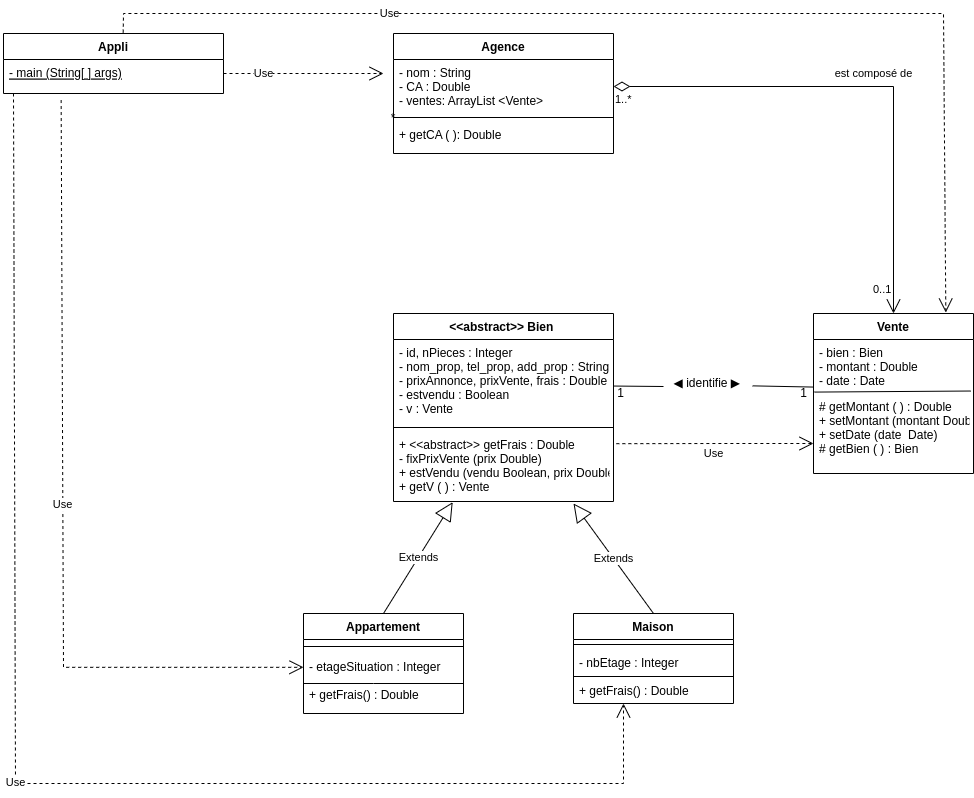
Jo666/UML-heritageExo2 keeps this draw.io diagram as agenceImmo-Page-1.drawio.png. Above is the earlier version. Source tidied: cells renumbered, new cells last; positions are measured from the earlier drawing's top-left corner, leaving out a move shared by most shapes.
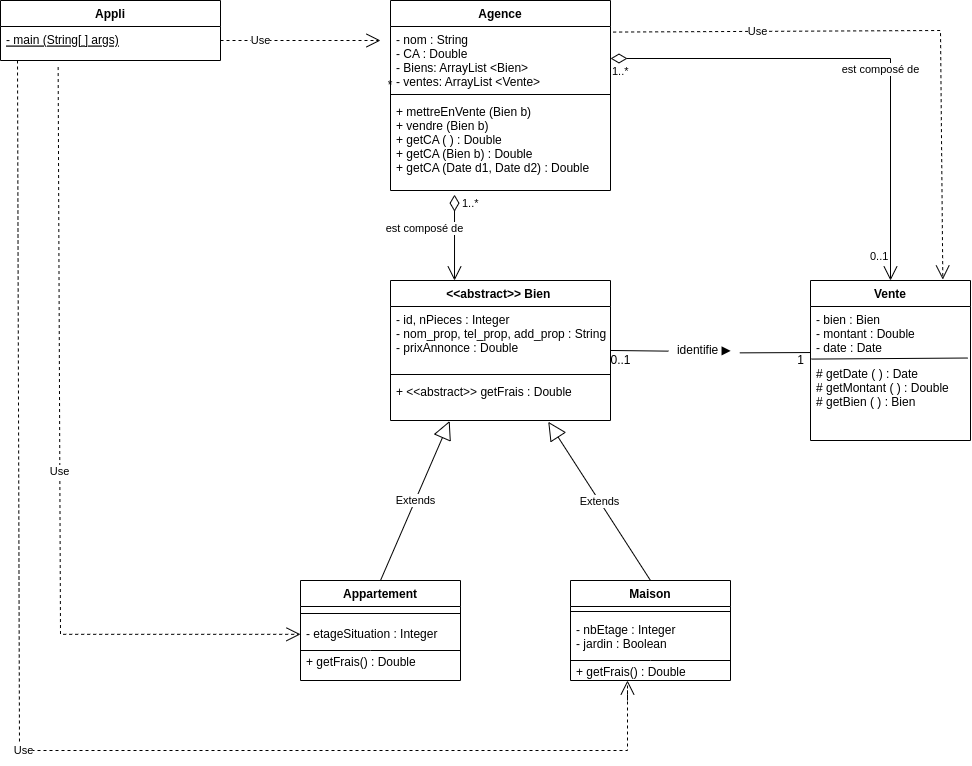
After the change.

Diff of the diagram source:
```diff
@@ -3,16 +3,16 @@
     <mxCell id="0" />
     <mxCell id="1" parent="0" />
     <mxCell id="2" value="&lt;&lt;abstract&gt;&gt; Bien " style="swimlane;fontStyle=1;align=center;verticalAlign=top;horizontal=1;startSize=26;" parent="1" vertex="1">
-      <mxGeometry x="390" y="300" width="220" height="188" as="geometry" />
+      <mxGeometry x="390" y="300" width="220" height="140" as="geometry" />
     </mxCell>
-    <mxCell id="3" value="- id, nPieces : Integer&#10;- nom_prop, tel_prop, add_prop : String&#10;- prixAnnonce, prixVente, frais : Double&#10;- estvendu : Boolean&#10;- v : Vente" style="text;strokeColor=none;fillColor=none;align=left;verticalAlign=top;spacingLeft=4;spacingRight=4;overflow=hidden;points=[[0,0.5],[1,0.5]];portConstraint=eastwest;" parent="2" vertex="1">
-      <mxGeometry y="26" width="220" height="84" as="geometry" />
+    <mxCell id="3" value="- id, nPieces : Integer&#10;- nom_prop, tel_prop, add_prop : String&#10;- prixAnnonce : Double" style="text;strokeColor=none;fillColor=none;align=left;verticalAlign=top;spacingLeft=4;spacingRight=4;overflow=hidden;points=[[0,0.5],[1,0.5]];portConstraint=eastwest;" parent="2" vertex="1">
+      <mxGeometry y="26" width="220" height="64" as="geometry" />
     </mxCell>
     <mxCell id="4" style="line;strokeWidth=1;fillColor=none;align=left;verticalAlign=middle;spacingTop=-1;spacingLeft=3;spacingRight=3;labelPosition=right;" parent="2" vertex="1">
-      <mxGeometry y="110" width="220" height="8" as="geometry" />
+      <mxGeometry y="90" width="220" height="8" as="geometry" />
     </mxCell>
-    <mxCell id="5" value="+ &lt;&lt;abstract&gt;&gt; getFrais : Double&#10;- fixPrixVente (prix Double)&#10;+ estVendu (vendu Boolean, prix Double)&#10;+ getV ( ) : Vente&#10;" style="text;strokeColor=none;fillColor=none;align=left;verticalAlign=top;spacingLeft=4;spacingRight=4;overflow=hidden;points=[[0,0.5],[1,0.5]];portConstraint=eastwest;" parent="2" vertex="1">
-      <mxGeometry y="118" width="220" height="70" as="geometry" />
+    <mxCell id="5" value="+ &lt;&lt;abstract&gt;&gt; getFrais : Double&#10;&#10;" style="text;strokeColor=none;fillColor=none;align=left;verticalAlign=top;spacingLeft=4;spacingRight=4;overflow=hidden;points=[[0,0.5],[1,0.5]];portConstraint=eastwest;" parent="2" vertex="1">
+      <mxGeometry y="98" width="220" height="42" as="geometry" />
     </mxCell>
     <mxCell id="6" value="Appartement" style="swimlane;fontStyle=1;align=center;verticalAlign=top;horizontal=1;startSize=26;" parent="1" vertex="1">
       <mxGeometry x="300" y="600" width="160" height="100" as="geometry" />
@@ -31,16 +31,22 @@
       </mxGeometry>
     </mxCell>
     <mxCell id="10" value="Maison" style="swimlane;fontStyle=1;align=center;verticalAlign=top;horizontal=1;startSize=26;" parent="1" vertex="1">
-      <mxGeometry x="570" y="600" width="160" height="90" as="geometry" />
+      <mxGeometry x="570" y="600" width="160" height="100" as="geometry" />
     </mxCell>
     <mxCell id="11" style="line;strokeWidth=1;fillColor=none;align=left;verticalAlign=middle;spacingTop=-1;spacingLeft=3;spacingRight=3;labelPosition=right;" parent="10" vertex="1">
       <mxGeometry y="26" width="160" height="10" as="geometry" />
     </mxCell>
-    <mxCell id="12" value="- nbEtage : Integer&#10;&#10;+ getFrais() : Double" style="text;strokeColor=none;fillColor=none;align=left;verticalAlign=top;spacingLeft=4;spacingRight=4;overflow=hidden;points=[[0,0.5],[1,0.5]];portConstraint=eastwest;" parent="10" vertex="1">
-      <mxGeometry y="36" width="160" height="54" as="geometry" />
+    <mxCell id="12" value="- nbEtage : Integer&#10;- jardin : Boolean&#10;&#10;+ getFrais() : Double" style="text;strokeColor=none;fillColor=none;align=left;verticalAlign=top;spacingLeft=4;spacingRight=4;overflow=hidden;points=[[0,0.5],[1,0.5]];portConstraint=eastwest;" parent="10" vertex="1">
+      <mxGeometry y="36" width="160" height="64" as="geometry" />
     </mxCell>
-    <mxCell id="13" style="endArrow=none;html=1;rounded=0;entryX=1;entryY=0.5;entryDx=0;entryDy=0;exitX=0;exitY=0.5;exitDx=0;exitDy=0;" parent="10" edge="1" source="12" target="12">
-      <mxGeometry relative="1" as="geometry" />
+    <mxCell id="13" style="endArrow=none;html=1;rounded=0;" parent="10" edge="1">
+      <mxGeometry relative="1" as="geometry">
+        <mxPoint y="80" as="sourcePoint" />
+        <mxPoint x="160" y="80" as="targetPoint" />
+        <Array as="points">
+          <mxPoint x="80" y="80" />
+        </Array>
+      </mxGeometry>
     </mxCell>
     <mxCell id="14" value="*" style="text;html=1;strokeColor=none;fillColor=none;align=center;verticalAlign=middle;whiteSpace=wrap;rounded=0;" parent="1" vertex="1">
       <mxGeometry x="360" y="90" width="60" height="30" as="geometry" />
@@ -51,40 +57,38 @@
     <mxCell id="16" value="- bien : Bien&#10;- montant : Double&#10;- date : Date" style="text;strokeColor=none;fillColor=none;align=left;verticalAlign=top;spacingLeft=4;spacingRight=4;overflow=hidden;points=[[0,0.5],[1,0.5]];portConstraint=eastwest;" parent="15" vertex="1">
       <mxGeometry y="26" width="160" height="54" as="geometry" />
     </mxCell>
-    <mxCell id="17" value="# getMontant ( ) : Double&#10;+ setMontant (montant Double)&#10;+ setDate (date  Date)&#10;# getBien ( ) : Bien" style="text;strokeColor=none;fillColor=none;align=left;verticalAlign=top;spacingLeft=4;spacingRight=4;overflow=hidden;points=[[0,0.5],[1,0.5]];portConstraint=eastwest;" parent="15" vertex="1">
+    <mxCell id="17" value="# getDate ( ) : Date&#10;# getMontant ( ) : Double&#10;# getBien ( ) : Bien" style="text;strokeColor=none;fillColor=none;align=left;verticalAlign=top;spacingLeft=4;spacingRight=4;overflow=hidden;points=[[0,0.5],[1,0.5]];portConstraint=eastwest;" parent="15" vertex="1">
       <mxGeometry y="80" width="160" height="80" as="geometry" />
     </mxCell>
     <mxCell id="18" value="1" style="text;html=1;align=center;verticalAlign=middle;points=[];strokeColor=none;fillColor=none;" parent="1" vertex="1">
       <mxGeometry x="790" y="370" width="20" height="20" as="geometry" />
     </mxCell>
-    <mxCell id="19" value="1" style="text;html=1;align=center;verticalAlign=middle;strokeColor=none;fillColor=none;" parent="1" vertex="1">
-      <mxGeometry x="607" y="370" width="20" height="20" as="geometry" />
+    <mxCell id="19" value="0..1" style="text;html=1;align=center;verticalAlign=middle;strokeColor=none;fillColor=none;" parent="1" vertex="1">
+      <mxGeometry x="600" y="370" width="40" height="20" as="geometry" />
     </mxCell>
-    <mxCell id="20" style="endArrow=none;html=1;rounded=0;entryX=0;entryY=0.881;entryDx=0;entryDy=0;entryPerimeter=0;startArrow=none;exitX=0.99;exitY=0.618;exitDx=0;exitDy=0;exitPerimeter=0;" parent="1" edge="1" source="25" target="16">
+    <mxCell id="20" style="endArrow=none;html=1;rounded=0;startArrow=none;exitX=0.99;exitY=0.618;exitDx=0;exitDy=0;exitPerimeter=0;entryX=0.977;entryY=0.102;entryDx=0;entryDy=0;entryPerimeter=0;" parent="1" edge="1" source="25" target="18">
       <mxGeometry relative="1" as="geometry" />
     </mxCell>
     <mxCell id="21" value="Agence" style="swimlane;fontStyle=1;align=center;verticalAlign=top;horizontal=1;startSize=26;" parent="1" vertex="1">
-      <mxGeometry x="390" y="20" width="220" height="120" as="geometry" />
+      <mxGeometry x="390" y="20" width="220" height="190" as="geometry" />
     </mxCell>
-    <mxCell id="22" value="- nom : String&#10;- CA : Double&#10;- ventes: ArrayList &lt;Vente&gt;" style="text;strokeColor=none;fillColor=none;align=left;verticalAlign=top;spacingLeft=4;spacingRight=4;overflow=hidden;points=[[0,0.5],[1,0.5]];portConstraint=eastwest;" parent="21" vertex="1">
-      <mxGeometry y="26" width="220" height="54" as="geometry" />
+    <mxCell id="22" value="- nom : String&#10;- CA : Double&#10;- Biens: ArrayList &lt;Bien&gt;&#10;- ventes: ArrayList &lt;Vente&gt;" style="text;strokeColor=none;fillColor=none;align=left;verticalAlign=top;spacingLeft=4;spacingRight=4;overflow=hidden;points=[[0,0.5],[1,0.5]];portConstraint=eastwest;" parent="21" vertex="1">
+      <mxGeometry y="26" width="220" height="64" as="geometry" />
     </mxCell>
     <mxCell id="23" style="line;strokeWidth=1;fillColor=none;align=left;verticalAlign=middle;spacingTop=-1;spacingLeft=3;spacingRight=3;labelPosition=right;" parent="21" vertex="1">
-      <mxGeometry y="80" width="220" height="8" as="geometry" />
+      <mxGeometry y="90" width="220" height="8" as="geometry" />
     </mxCell>
-    <mxCell id="24" value="+ getCA ( ): Double&#10;" style="text;strokeColor=none;fillColor=none;align=left;verticalAlign=top;spacingLeft=4;spacingRight=4;overflow=hidden;points=[[0,0.5],[1,0.5]];portConstraint=eastwest;" parent="21" vertex="1">
-      <mxGeometry y="88" width="220" height="32" as="geometry" />
+    <mxCell id="24" value="+ mettreEnVente (Bien b)&#10;+ vendre (Bien b)&#10;+ getCA ( ) : Double&#10;+ getCA (Bien b) : Double&#10;+ getCA (Date d1, Date d2) : Double&#10;&#10;&#10;&#10;&#10;" style="text;strokeColor=none;fillColor=none;align=left;verticalAlign=top;spacingLeft=4;spacingRight=4;overflow=hidden;points=[[0,0.5],[1,0.5]];portConstraint=eastwest;" parent="21" vertex="1">
+      <mxGeometry y="98" width="220" height="92" as="geometry" />
     </mxCell>
-    <mxCell id="25" value="◀ identifie ▶&amp;nbsp;" style="text;html=1;align=center;verticalAlign=middle;points=[];strokeColor=none;fillColor=none;" parent="1" vertex="1">
-      <mxGeometry x="660" y="360" width="90" height="20" as="geometry" />
+    <mxCell id="25" value="identifie ▶&amp;nbsp;" style="text;html=1;align=center;verticalAlign=middle;points=[];strokeColor=none;fillColor=none;" parent="1" vertex="1">
+      <mxGeometry x="670" y="360" width="70" height="20" as="geometry" />
     </mxCell>
-    <mxCell id="26" style="endArrow=none;html=1;rounded=0;exitX=1.001;exitY=0.554;exitDx=0;exitDy=0;exitPerimeter=0;" parent="1" edge="1" source="3">
-      <mxGeometry relative="1" as="geometry">
-        <mxPoint x="660" y="373" as="targetPoint" />
-      </mxGeometry>
+    <mxCell id="26" style="endArrow=none;html=1;rounded=0;exitX=1;exitY=0.687;exitDx=0;exitDy=0;exitPerimeter=0;entryX=-0.029;entryY=0.532;entryDx=0;entryDy=0;entryPerimeter=0;" parent="1" edge="1" source="3" target="25">
+      <mxGeometry relative="1" as="geometry" />
     </mxCell>
     <mxCell id="27" value="est composé de" style="endArrow=open;html=1;endSize=12;startArrow=diamondThin;startSize=14;startFill=0;edgeStyle=orthogonalEdgeStyle;rounded=0;entryX=0.5;entryY=0;entryDx=0;entryDy=0;" parent="1" edge="1" source="22" target="15">
-      <mxGeometry x="0.03" y="13" relative="1" as="geometry" />
+      <mxGeometry x="0.16" y="-10" relative="1" as="geometry" />
     </mxCell>
     <mxCell id="28" value="1..*" style="edgeLabel;html=1;align=left;verticalAlign=top;" parent="27" vertex="1">
       <mxGeometry x="-1" relative="1" as="geometry" />
@@ -97,10 +101,8 @@
     <mxCell id="30" value="Extends" style="endArrow=block;endSize=16;endFill=0;html=1;rounded=0;exitX=0.5;exitY=0;exitDx=0;exitDy=0;entryX=0.269;entryY=1.01;entryDx=0;entryDy=0;entryPerimeter=0;" parent="1" edge="1" source="6" target="5">
       <mxGeometry relative="1" as="geometry" />
     </mxCell>
-    <mxCell id="31" value="Extends" style="endArrow=block;endSize=16;endFill=0;html=1;rounded=0;exitX=0.5;exitY=0;exitDx=0;exitDy=0;" parent="1" edge="1" source="10">
-      <mxGeometry relative="1" as="geometry">
-        <mxPoint x="570" y="490" as="targetPoint" />
-      </mxGeometry>
+    <mxCell id="31" value="Extends" style="endArrow=block;endSize=16;endFill=0;html=1;rounded=0;exitX=0.5;exitY=0;exitDx=0;exitDy=0;entryX=0.717;entryY=1.03;entryDx=0;entryDy=0;entryPerimeter=0;" parent="1" edge="1" source="10" target="5">
+      <mxGeometry relative="1" as="geometry" />
     </mxCell>
     <mxCell id="32" style="endArrow=none;html=1;rounded=0;entryX=0.983;entryY=-0.031;entryDx=0;entryDy=0;entryPerimeter=0;exitX=1.042;exitY=0.429;exitDx=0;exitDy=0;exitPerimeter=0;" parent="1" edge="1" source="18" target="17">
       <mxGeometry relative="1" as="geometry" />
@@ -127,31 +129,35 @@
     </mxCell>
     <mxCell id="37" value="Use" style="endArrow=open;endSize=12;dashed=1;html=1;rounded=0;exitX=0.262;exitY=1.192;exitDx=0;exitDy=0;exitPerimeter=0;" parent="1" edge="1">
       <mxGeometry relative="1" as="geometry">
-        <mxPoint x="10" y="80" as="sourcePoint" />
-        <mxPoint x="620" y="690" as="targetPoint" />
+        <mxPoint x="17" y="80" as="sourcePoint" />
+        <mxPoint x="627" y="700" as="targetPoint" />
         <Array as="points">
-          <mxPoint x="12" y="770" />
-          <mxPoint x="620" y="770" />
-          <mxPoint x="620" y="690" />
+          <mxPoint x="19" y="770" />
+          <mxPoint x="627" y="770" />
+          <mxPoint x="627" y="710" />
+          <mxPoint x="627" y="720" />
         </Array>
       </mxGeometry>
     </mxCell>
-    <mxCell id="38" value="Use" style="endArrow=open;endSize=12;dashed=1;html=1;rounded=0;exitX=0.544;exitY=-0.015;exitDx=0;exitDy=0;exitPerimeter=0;entryX=0.827;entryY=-0.006;entryDx=0;entryDy=0;entryPerimeter=0;" parent="1" edge="1" source="33" target="15">
+    <mxCell id="38" value="Use" style="endArrow=open;endSize=12;dashed=1;html=1;rounded=0;exitX=1.012;exitY=0.087;exitDx=0;exitDy=0;exitPerimeter=0;entryX=0.827;entryY=-0.006;entryDx=0;entryDy=0;entryPerimeter=0;" parent="1" edge="1" source="22" target="15">
       <mxGeometry x="-0.5" relative="1" as="geometry">
         <Array as="points">
-          <mxPoint x="120" />
-          <mxPoint x="340" />
-          <mxPoint x="940" />
+          <mxPoint x="940" y="50" />
         </Array>
       </mxGeometry>
     </mxCell>
-    <mxCell id="39" value="Use" style="endArrow=open;endSize=12;dashed=1;html=1;rounded=0;exitX=1.013;exitY=0.174;exitDx=0;exitDy=0;exitPerimeter=0;" parent="1" edge="1" source="5">
-      <mxGeometry x="-0.01" y="-10" relative="1" as="geometry">
-        <mxPoint x="810" y="430" as="targetPoint" />
-        <Array as="points">
-          <mxPoint x="720" y="430" />
-        </Array>
-      </mxGeometry>
-    </mxCell>
+    <mxCell id="40" value="est composé de" style="endArrow=open;html=1;endSize=12;startArrow=diamondThin;startSize=14;startFill=0;edgeStyle=orthogonalEdgeStyle;rounded=0;exitX=0.291;exitY=1.045;exitDx=0;exitDy=0;exitPerimeter=0;" parent="1" edge="1" source="24" target="2">
+      <mxGeometry x="-0.21" y="-30" relative="1" as="geometry">
+        <Array as="points">
+          <mxPoint x="454" y="300" />
+          <mxPoint x="454" y="300" />
+        </Array>
+      </mxGeometry>
+    </mxCell>
+    <mxCell id="41" value="1..*" style="edgeLabel;html=1;align=left;verticalAlign=top;" parent="40" vertex="1">
+      <mxGeometry x="-1" relative="1" as="geometry">
+        <mxPoint x="6" y="-4" as="offset" />
+      </mxGeometry>
+    </mxCell>
   </root>
 </mxGraphModel>
```
